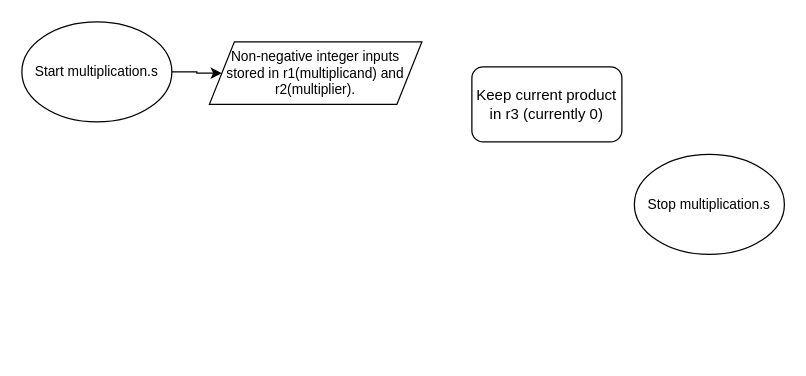
amirabdullahi1/gold keeps this draw.io diagram as ECE 255/ECE255multiplication.sFlowChart.drawio. Above is the earlier version. Source tidied: cells renumbered, new cells numbered last; positions are measured from the earlier drawing's top-left corner, leaving out a move shared by most shapes. Both pictures are drawn from the tidied source at 125%, with x=0, y=0 at pixel (21, 21).
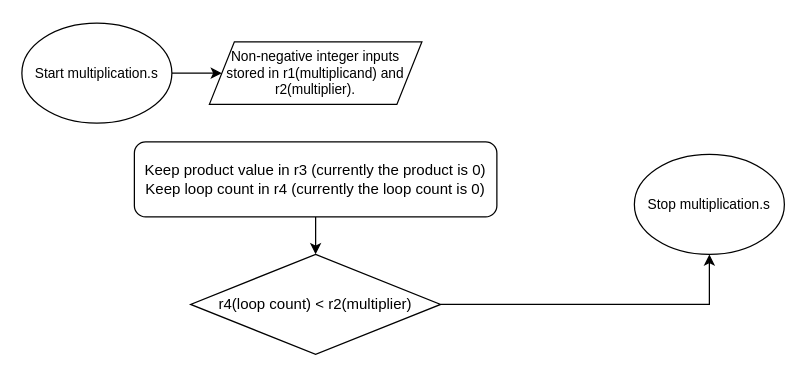
The same page after the edit.

Change to the diagram source:
```diff
@@
 <mxGraphModel>
   <root>
     <mxCell id="0" />
     <mxCell id="1" parent="0" />
     <mxCell id="2" style="edgeStyle=orthogonalEdgeStyle;rounded=0;jettySize=auto;html=1;" parent="1" edge="1" source="3" target="5">
       <mxGeometry relative="1" as="geometry" />
     </mxCell>
     <mxCell id="3" value="Start multiplication.s" style="ellipse;whiteSpace=wrap;html=1;fontSize=11;" parent="1" vertex="1">
-      <mxGeometry width="120" height="80" as="geometry" />
+      <mxGeometry y="1" width="120" height="80" as="geometry" />
     </mxCell>
     <mxCell id="4" value="Stop multiplication.s" style="ellipse;whiteSpace=wrap;html=1;fontSize=11;" parent="1" vertex="1">
       <mxGeometry x="490" y="106" width="120" height="80" as="geometry" />
     </mxCell>
     <mxCell id="5" value="Non-negative integer inputs stored in r1(multiplicand) and r2(multiplier)." style="shape=parallelogram;perimeter=parallelogramPerimeter;whiteSpace=wrap;html=1;fixedSize=1;fontSize=11;" parent="1" vertex="1">
       <mxGeometry x="150" y="16" width="170" height="50" as="geometry" />
     </mxCell>
+    <mxCell id="7" style="edgeStyle=orthogonalEdgeStyle;rounded=0;jettySize=auto;html=1;entryX=0.5;entryY=0;entryDx=0;entryDy=0;" parent="1" edge="1" source="6" target="9">
+      <mxGeometry relative="1" as="geometry" />
+    </mxCell>
-    <mxCell id="6" value="Keep current product in r3 (currently 0)" style="rounded=1;whiteSpace=wrap;html=1;" parent="1" vertex="1">
-      <mxGeometry x="360" y="36" width="120" height="60" as="geometry" />
+    <mxCell id="6" value="Keep product value in r3 (currently the product is 0)&lt;div&gt;Keep loop count in r4 (currently the loop count is 0)&lt;br&gt;&lt;/div&gt;" style="rounded=1;whiteSpace=wrap;html=1;" parent="1" vertex="1">
+      <mxGeometry x="90" y="96" width="290" height="60" as="geometry" />
     </mxCell>
+    <mxCell id="8" style="edgeStyle=orthogonalEdgeStyle;rounded=0;jettySize=auto;html=1;entryX=0.5;entryY=1;entryDx=0;entryDy=0;" parent="1" edge="1" source="9" target="4">
+      <mxGeometry relative="1" as="geometry" />
+    </mxCell>
+    <mxCell id="9" value="r4(loop count) &amp;lt; r2(multiplier)" style="rhombus;whiteSpace=wrap;html=1;" parent="1" vertex="1">
+      <mxGeometry x="135" y="186" width="200" height="80" as="geometry" />
+    </mxCell>
   </root>
 </mxGraphModel>
```
